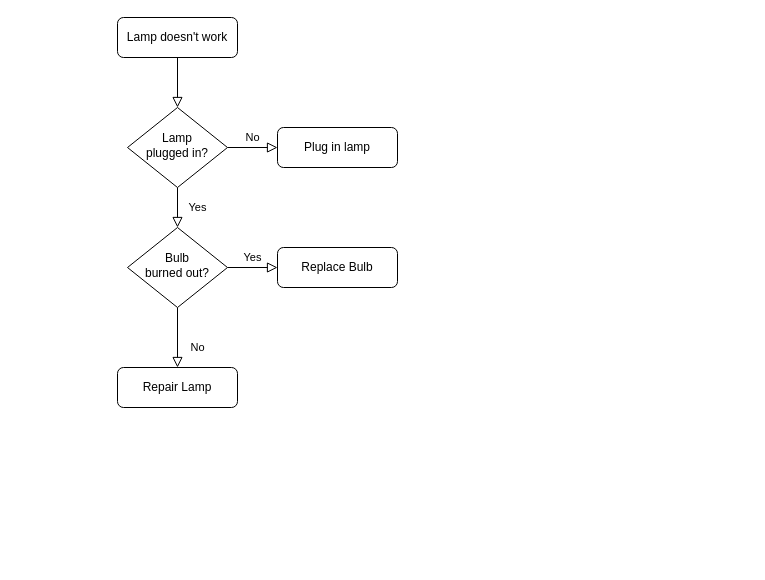
Above: Untitled Diagram.drawio in JieweiYan/Tools (draw.io), before the change. Source tidied: cells renumbered, new cells numbered last; positions are measured from the earlier drawing's top-left corner, leaving out a move shared by most shapes. Both pictures are drawn from the tidied source at 100%, with x=0, y=0 at pixel (117, 17).
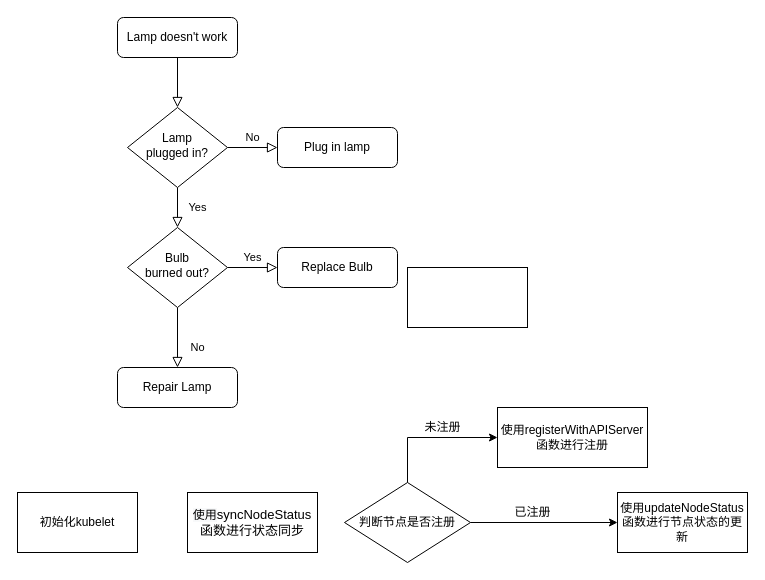
After the change.

Change to the diagram source:
```diff
@@
+    <mxCell id="13" value="初始化kubelet" style="rounded=0;whiteSpace=wrap;html=1;fillColor=default;strokeColor=default;fontColor=default;" parent="1" vertex="1">
+      <mxGeometry x="-100" y="475" width="120" height="60" as="geometry" />
+    </mxCell>
+    <mxCell id="14" value="&lt;span style=&quot;background-color: rgb(248 , 249 , 250)&quot;&gt;使用&lt;/span&gt;&lt;span style=&quot;font-size: 13px; background-color: rgba(255, 255, 255, 0.01);&quot;&gt;syncNodeStatus函数进行状态同步&lt;/span&gt;" style="rounded=0;whiteSpace=wrap;html=1;fillColor=default;strokeColor=default;fontColor=default;" parent="1" vertex="1">
+      <mxGeometry x="70" y="475" width="130" height="60" as="geometry" />
+    </mxCell>
+    <mxCell id="15" style="rounded=0;whiteSpace=wrap;html=1;fillColor=default;strokeColor=default;fontColor=default;" parent="1" vertex="1">
+      <mxGeometry x="290" y="250" width="120" height="60" as="geometry" />
+    </mxCell>
+    <mxCell id="16" value="判断节点是否注册" style="rhombus;whiteSpace=wrap;html=1;fontColor=default;strokeColor=default;fillColor=default;" parent="1" vertex="1">
+      <mxGeometry x="227" y="465" width="126" height="80" as="geometry" />
+    </mxCell>
+    <mxCell id="17" style="endArrow=classic;html=1;rounded=0;fontColor=default;strokeColor=default;labelBackgroundColor=default;" parent="1" edge="1">
+      <mxGeometry relative="1" as="geometry">
+        <mxPoint x="290" y="465" as="sourcePoint" />
+        <mxPoint x="380" y="420" as="targetPoint" />
+        <Array as="points">
+          <mxPoint x="290" y="420" />
+        </Array>
+      </mxGeometry>
+    </mxCell>
+    <mxCell id="18" value="使用&lt;span&gt;registerWithAPIServer函数进行注册&lt;/span&gt;" style="rounded=0;whiteSpace=wrap;html=1;fillColor=default;strokeColor=default;fontColor=default;" parent="1" vertex="1">
+      <mxGeometry x="380" y="390" width="150" height="60" as="geometry" />
+    </mxCell>
+    <mxCell id="19" value="未注册" style="text;html=1;align=center;verticalAlign=middle;strokeColor=none;fillColor=none;fontColor=default;" parent="1" vertex="1">
+      <mxGeometry x="300" y="400" width="50" height="20" as="geometry" />
+    </mxCell>
+    <mxCell id="20" value="使用&lt;span&gt;updateNodeStatus函数进行节点状态的更新&lt;/span&gt;" style="rounded=0;whiteSpace=wrap;html=1;fillColor=default;strokeColor=default;fontColor=default;" parent="1" vertex="1">
+      <mxGeometry x="500" y="475" width="130" height="60" as="geometry" />
+    </mxCell>
+    <mxCell id="21" style="endArrow=classic;html=1;rounded=0;labelBackgroundColor=default;fontColor=default;strokeColor=default;exitX=1;exitY=0.5;exitDx=0;exitDy=0;entryX=0;entryY=0.5;entryDx=0;entryDy=0;" parent="1" edge="1" source="16" target="20">
+      <mxGeometry relative="1" as="geometry" />
+    </mxCell>
+    <mxCell id="22" value="已注册" style="text;html=1;align=center;verticalAlign=middle;strokeColor=none;fillColor=none;fontColor=default;" parent="1" vertex="1">
+      <mxGeometry x="390" y="485" width="50" height="20" as="geometry" />
+    </mxCell>
```
